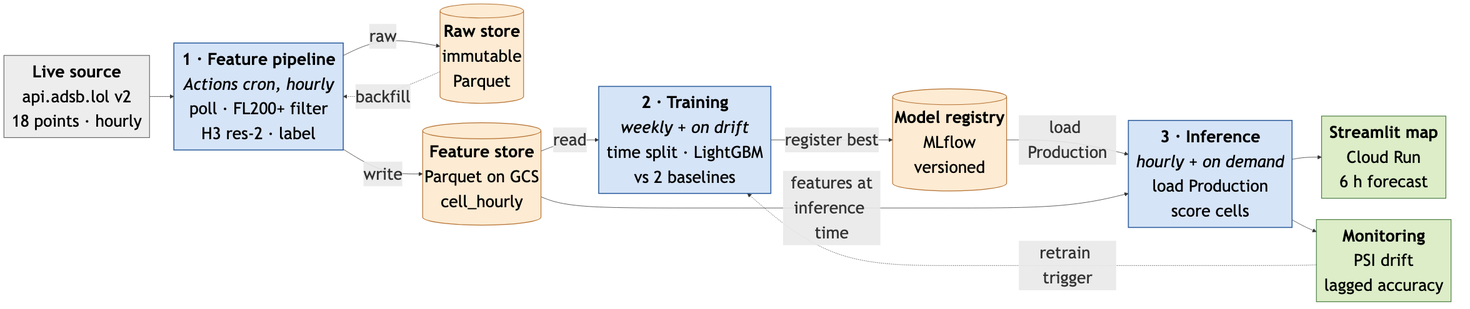
Above: docs/architecture.png in Zayden16/hslu-mlops-hs-26 (Mermaid), before the change. Its source is kept beside it as docs/architecture.mmd. Source of this version:
```mermaid
%%{init: {"flowchart": {"nodeSpacing": 40, "rankSpacing": 50, "padding": 8, "wrappingWidth": 500}, "themeVariables": {"fontSize": "34px"}}}%%
flowchart LR
    A["<b>Live source</b><br/>api.adsb.lol v2<br/>18 points · hourly"]
    P["<b>1 · Feature pipeline</b><br/><i>Actions cron, hourly</i><br/>poll · FL200+ filter<br/>H3 res-2 · label"]
    R[("<b>Raw store</b><br/>immutable<br/>Parquet")]
    FS[("<b>Feature store</b><br/>Parquet on GCS<br/>cell_hourly")]
    T["<b>2 · Training</b><br/><i>weekly + on drift</i><br/>time split · LightGBM<br/>vs 2 baselines"]
    MR[("<b>Model registry</b><br/>MLflow<br/>versioned")]
    I["<b>3 · Inference</b><br/><i>hourly + on demand</i><br/>load Production<br/>score cells"]
    UI["<b>Streamlit map</b><br/>Cloud Run<br/>6 h forecast"]
    MON["<b>Monitoring</b><br/>PSI drift<br/>lagged accuracy"]

    A --> P
    P -->|"raw"| R
    R -.->|"backfill"| P
    P -->|write| FS
    FS -->|read| T
    T -->|"register best"| MR
    MR -->|"load Production"| I
    FS -->|"features at<br/>inference time"| I
    I --> UI
    I --> MON
    MON -.->|"retrain trigger"| T

    classDef store fill:#fdebd3,stroke:#b5702f,stroke-width:1.5px,color:#000
    classDef pipe fill:#d6e4f7,stroke:#2f5f9e,stroke-width:2px,color:#000
    classDef src fill:#ededed,stroke:#666,stroke-width:1.5px,color:#000
    classDef out fill:#dcedc8,stroke:#4a7c3f,stroke-width:1.5px,color:#000
    class R,FS,MR store
    class P,T,I pipe
    class A src
    class UI,MON out
```
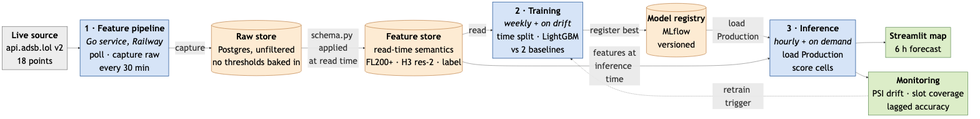
After the change.

Diff of the diagram source:
```diff
@@ -1,19 +1,18 @@
 %%{init: {"flowchart": {"nodeSpacing": 40, "rankSpacing": 50, "padding": 8, "wrappingWidth": 500}, "themeVariables": {"fontSize": "34px"}}}%%
 flowchart LR
-    A["<b>Live source</b><br/>api.adsb.lol v2<br/>18 points · hourly"]
-    P["<b>1 · Feature pipeline</b><br/><i>Actions cron, hourly</i><br/>poll · FL200+ filter<br/>H3 res-2 · label"]
-    R[("<b>Raw store</b><br/>immutable<br/>Parquet")]
-    FS[("<b>Feature store</b><br/>Parquet on GCS<br/>cell_hourly")]
+    A["<b>Live source</b><br/>api.adsb.lol v2<br/>18 points"]
+    P["<b>1 · Feature pipeline</b><br/><i>Go service, Railway</i><br/>poll · capture raw<br/>every 30 min"]
+    R[("<b>Raw store</b><br/>Postgres, unfiltered<br/>no thresholds baked in")]
+    FS[("<b>Feature store</b><br/>read-time semantics<br/>FL200+ · H3 res-2 · label")]
     T["<b>2 · Training</b><br/><i>weekly + on drift</i><br/>time split · LightGBM<br/>vs 2 baselines"]
     MR[("<b>Model registry</b><br/>MLflow<br/>versioned")]
     I["<b>3 · Inference</b><br/><i>hourly + on demand</i><br/>load Production<br/>score cells"]
-    UI["<b>Streamlit map</b><br/>Cloud Run<br/>6 h forecast"]
-    MON["<b>Monitoring</b><br/>PSI drift<br/>lagged accuracy"]
+    UI["<b>Streamlit map</b><br/>6 h forecast"]
+    MON["<b>Monitoring</b><br/>PSI drift · slot coverage<br/>lagged accuracy"]
 
     A --> P
-    P -->|"raw"| R
-    R -.->|"backfill"| P
-    P -->|write| FS
+    P -->|"capture"| R
+    R -->|"schema.py applied<br/>at read time"| FS
     FS -->|read| T
     T -->|"register best"| MR
     MR -->|"load Production"| I
```
